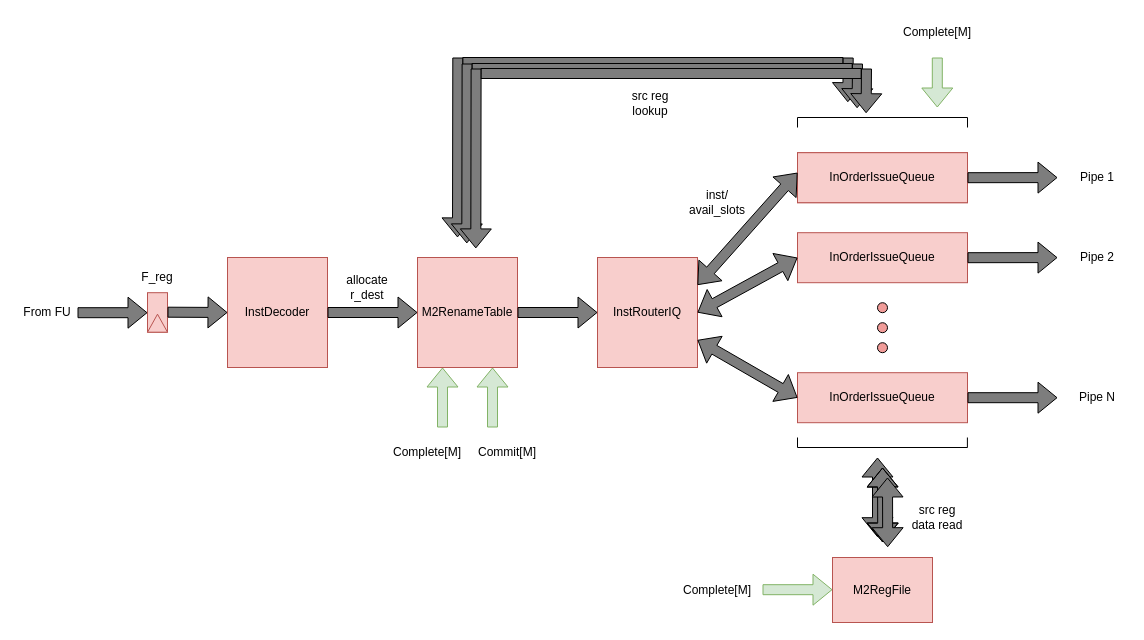
Before: docs/units/img/DecodeIssueUnitL7.drawio in cornell-brg/blimp, a draw.io diagram. Source tidied: cells renumbered, new cells numbered last; positions are measured from the earlier drawing's top-left corner, leaving out a move shared by most shapes. Both pictures are drawn from the tidied source at 100%, with x=0, y=0 at pixel (17, 17).
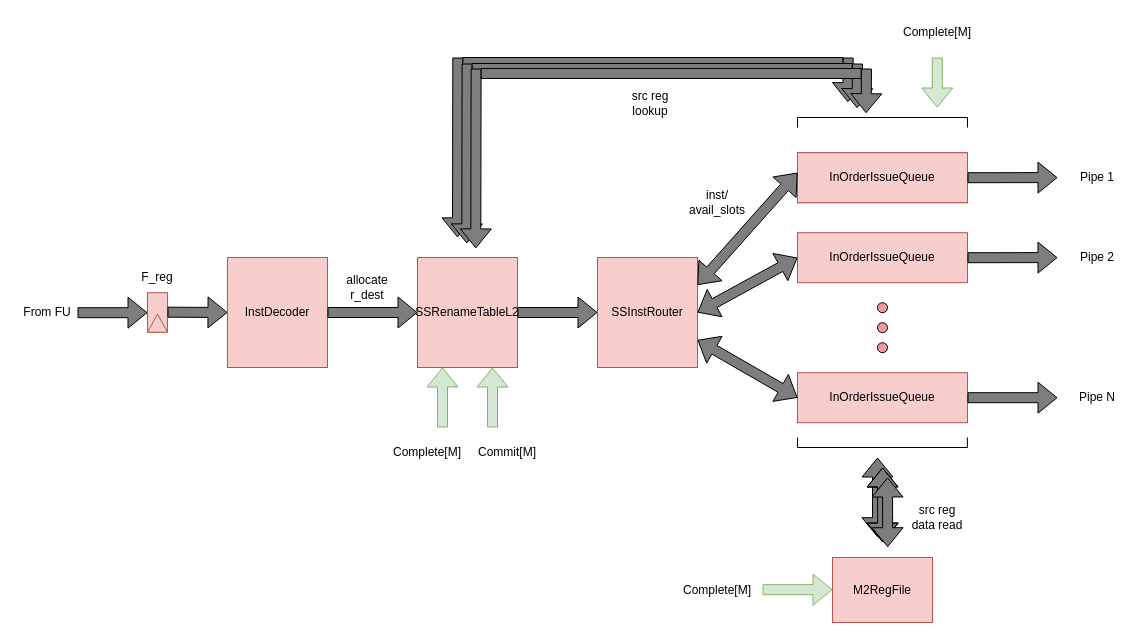
The same diagram, later.

Diff of the diagram source:
```diff
@@
-    <mxCell id="9" value="M2RenameTable" style="rounded=0;whiteSpace=wrap;html=1;fillColor=#f8cecc;strokeColor=#b85450;" parent="1" vertex="1">
+    <mxCell id="9" value="SSRenameTableL2" style="rounded=0;whiteSpace=wrap;html=1;fillColor=#f8cecc;strokeColor=#b85450;" parent="1" vertex="1">
       <mxGeometry x="400" y="240" width="100" height="110" as="geometry" />
     </mxCell>
@@
-    <mxCell id="12" value="InstRouterIQ" style="rounded=0;whiteSpace=wrap;html=1;fillColor=#f8cecc;strokeColor=#b85450;" parent="1" vertex="1">
+    <mxCell id="12" value="SSInstRouter" style="rounded=0;whiteSpace=wrap;html=1;fillColor=#f8cecc;strokeColor=#b85450;" parent="1" vertex="1">
       <mxGeometry x="580" y="240" width="100" height="110" as="geometry" />
     </mxCell>
```
